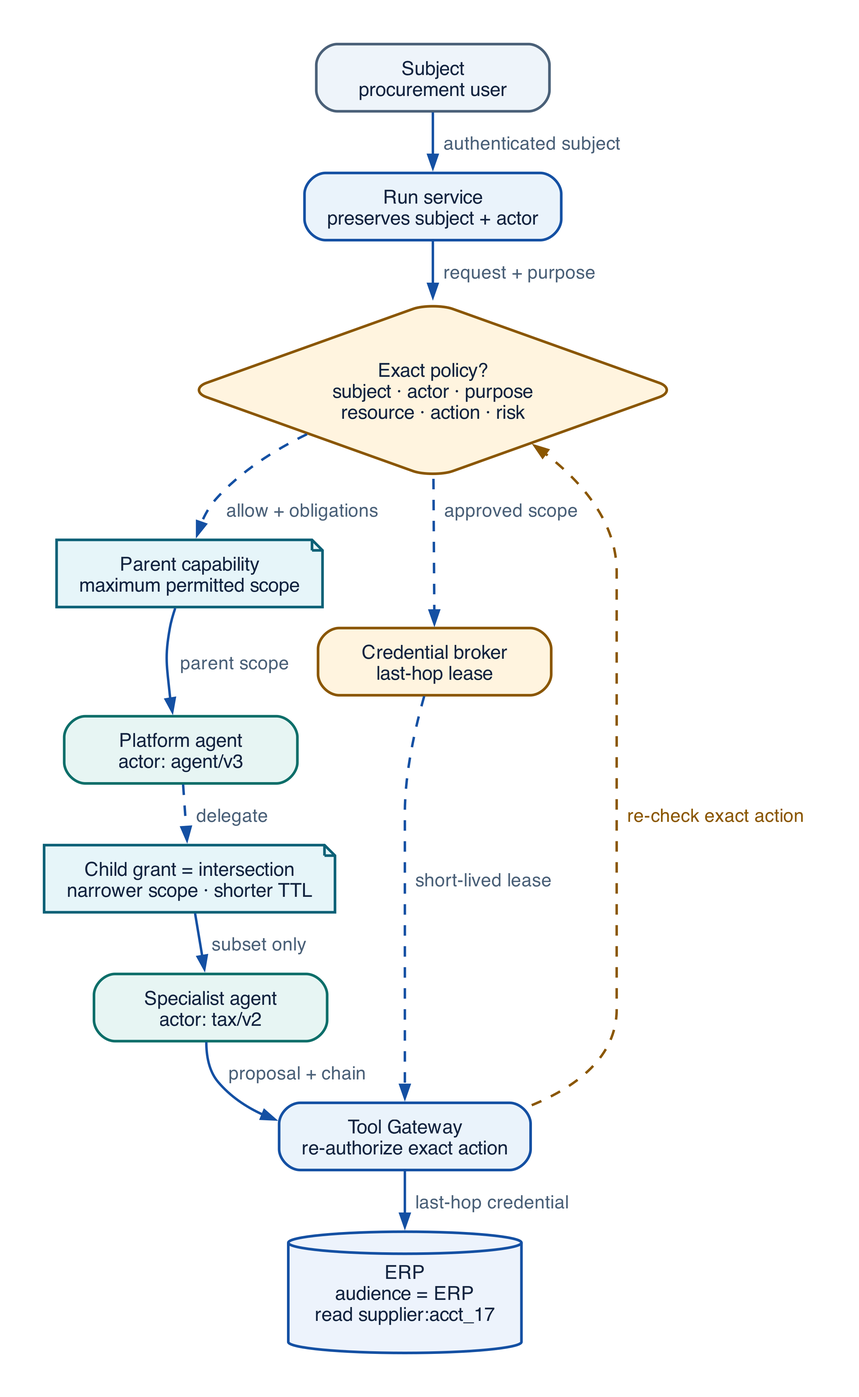
Before: assets/diagrams/identity-delegation.png, a diagram exported from Graphviz (rrahimi-uci/building-enterprise-general-intelligence). Its source is kept beside it as assets/diagrams/src/identity-delegation.gv. Source of this version:
```dot
digraph identity_delegation {
  rankdir = TB
  graph [ranksep=0.34, nodesep=0.28]
  node [width=1.85, fontsize=11]

  user [label="Subject\nprocurement user", fillcolor="#EEF4FA", color="#4A6078"]
  run [label="Run service\npreserves subject + actor", fillcolor="#EAF3FB", color="#1450A3"]
  policy [label="Exact policy?\nsubject · actor · purpose\nresource · action · risk", shape=diamond,
         fillcolor="#FFF4DF", color="#8A5600", width=2.25]
  parent [label="Platform agent\nactor: agent/v3", fillcolor="#E7F5F3", color="#0D6E69"]
  parent_grant [label="Parent capability\nmaximum permitted scope", shape=note,
                fillcolor="#E6F5F9", color="#0B6076"]
  child_grant [label="Child grant = intersection\nnarrower scope · shorter TTL", shape=note,
               fillcolor="#E6F5F9", color="#0B6076"]
  child [label="Specialist agent\nactor: tax/v2", fillcolor="#E7F5F3", color="#0D6E69"]
  gateway [label="Tool Gateway\nre-authorize exact action", fillcolor="#EAF3FB", color="#1450A3"]
  sts [label="Credential broker\nlast-hop lease", fillcolor="#FFF4DF", color="#8A5600"]
  erp [label="ERP\naudience = ERP\nread supplier:acct_17", shape=cylinder,
       fillcolor="#EDF3FC", color="#1450A3"]

  user -> run [label="  authenticated subject  "]
  run -> policy [label="  request + purpose  "]
  policy -> parent_grant [label="  allow + obligations  ", style=dashed]
  parent_grant -> parent [label="  parent scope  "]
  parent -> child_grant [label="  delegate  ", style=dashed]
  child_grant -> child [label="  subset only  "]
  child -> gateway [label="  proposal + chain  "]
  gateway -> policy [label="  re-check exact action  ", style=dashed, color="#8A5600", fontcolor="#8A5600"]
  policy -> sts [label="  approved scope  ", style=dashed]
  sts -> gateway [label="  short-lived lease  ", style=dashed]
  gateway -> erp [label="  last-hop credential  "]
}
```
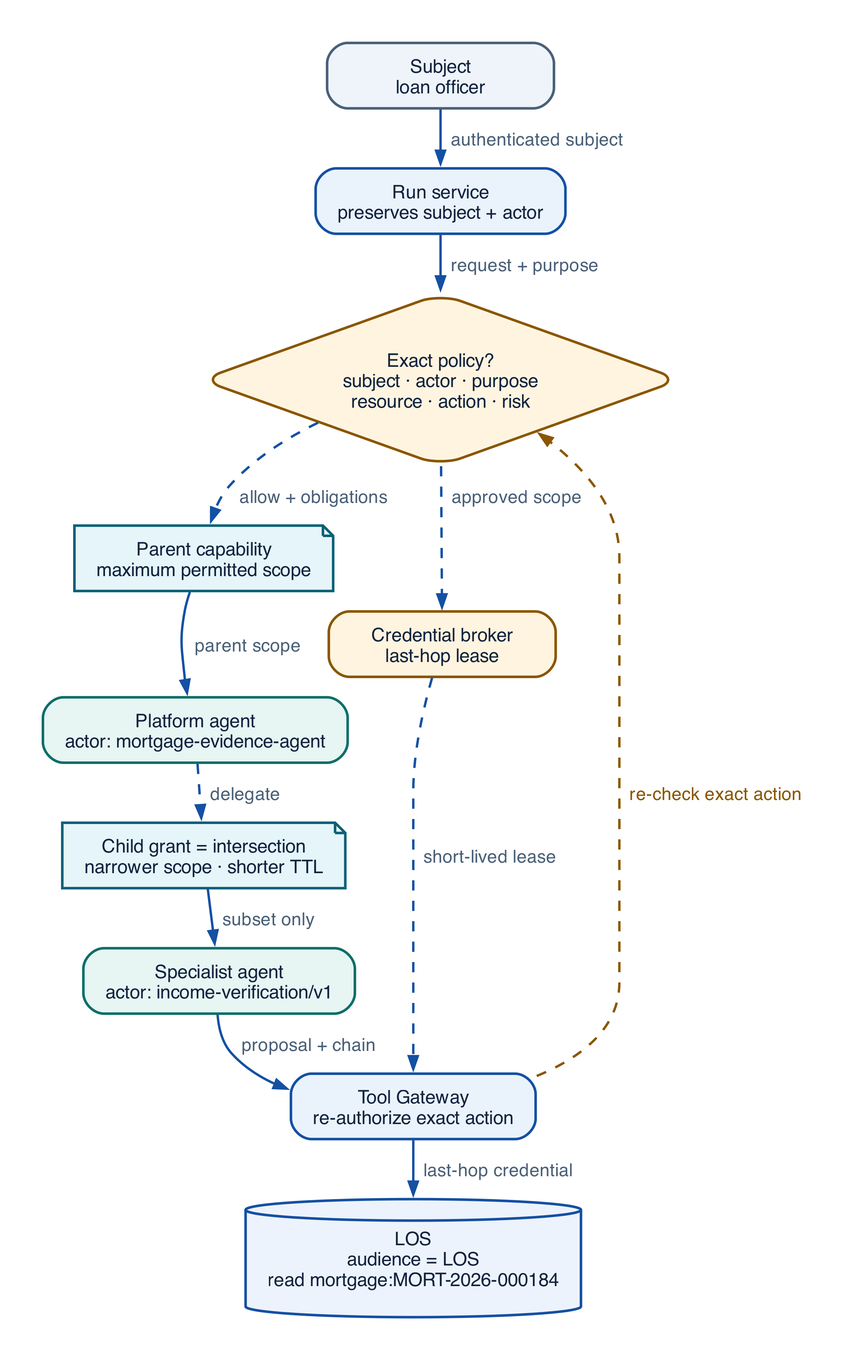
Later version of the same file.

The edit, as a diff of the source:
```diff
@@ -3,19 +3,19 @@
   graph [ranksep=0.34, nodesep=0.28]
   node [width=1.85, fontsize=11]
 
-  user [label="Subject\nprocurement user", fillcolor="#EEF4FA", color="#4A6078"]
+  user [label="Subject\nloan officer", fillcolor="#EEF4FA", color="#4A6078"]
   run [label="Run service\npreserves subject + actor", fillcolor="#EAF3FB", color="#1450A3"]
   policy [label="Exact policy?\nsubject · actor · purpose\nresource · action · risk", shape=diamond,
          fillcolor="#FFF4DF", color="#8A5600", width=2.25]
-  parent [label="Platform agent\nactor: agent/v3", fillcolor="#E7F5F3", color="#0D6E69"]
+  parent [label="Platform agent\nactor: mortgage-evidence-agent", fillcolor="#E7F5F3", color="#0D6E69"]
   parent_grant [label="Parent capability\nmaximum permitted scope", shape=note,
                 fillcolor="#E6F5F9", color="#0B6076"]
   child_grant [label="Child grant = intersection\nnarrower scope · shorter TTL", shape=note,
                fillcolor="#E6F5F9", color="#0B6076"]
-  child [label="Specialist agent\nactor: tax/v2", fillcolor="#E7F5F3", color="#0D6E69"]
+  child [label="Specialist agent\nactor: income-verification/v1", fillcolor="#E7F5F3", color="#0D6E69"]
   gateway [label="Tool Gateway\nre-authorize exact action", fillcolor="#EAF3FB", color="#1450A3"]
   sts [label="Credential broker\nlast-hop lease", fillcolor="#FFF4DF", color="#8A5600"]
-  erp [label="ERP\naudience = ERP\nread supplier:acct_17", shape=cylinder,
+  erp [label="LOS\naudience = LOS\nread mortgage:MORT-2026-000184", shape=cylinder,
        fillcolor="#EDF3FC", color="#1450A3"]
 
   user -> run [label="  authenticated subject  "]
```
